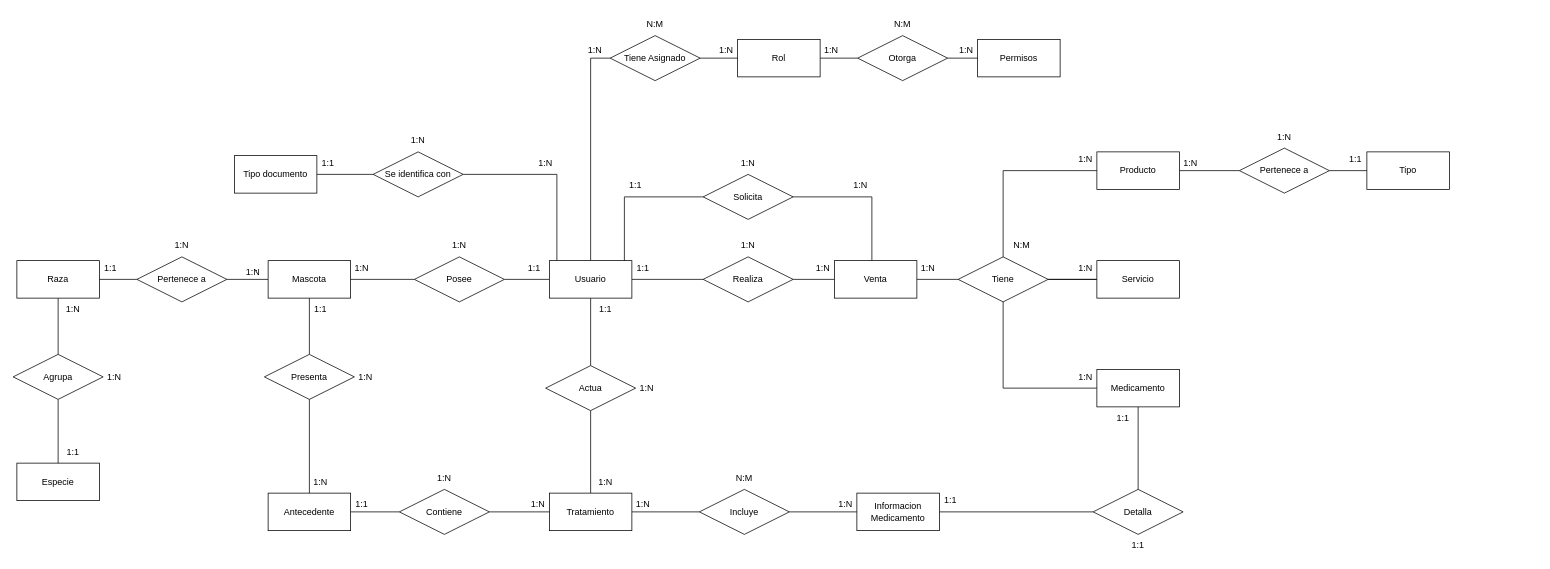
JojanDev/pipos_frontend keeps this draw.io diagram as MySQL/Diagrama sin título.drawio. Above is the earlier version. Source tidied: cells renumbered, new cells numbered last; positions are measured from the earlier drawing's top-left corner, leaving out a move shared by most shapes. Both pictures are drawn from the tidied source at 75%, with x=0, y=0 at pixel (13, 13).
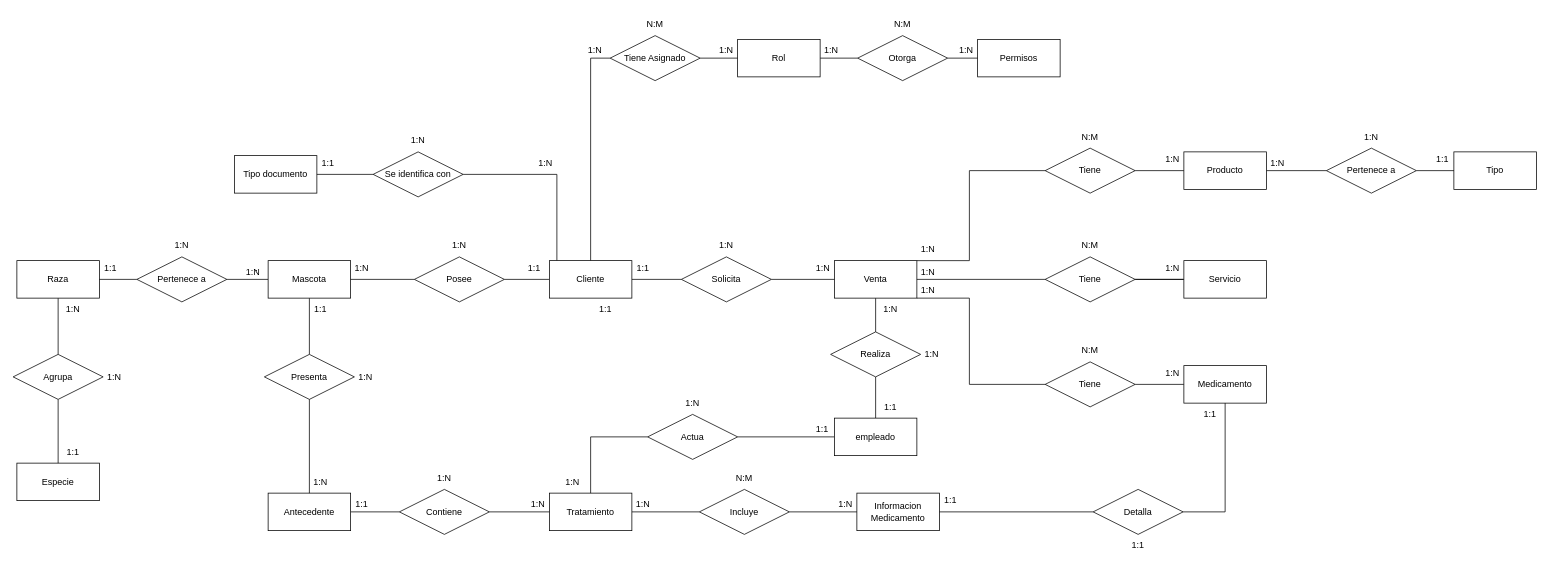
The same page after the edit.

Unchanged cells that the change refers to:
```xml
<mxCell id="36" value="Venta" style="html=1;whiteSpace=wrap;" parent="1" vertex="1">
  <mxGeometry x="1095" y="330" width="110" height="50" as="geometry" />
</mxCell>
```

Diff of the diagram source:
```diff
@@
-    <mxCell id="3" style="edgeStyle=orthogonalEdgeStyle;rounded=0;jettySize=auto;html=1;endArrow=none;endFill=0;" parent="1" edge="1" source="7" target="32">
-      <mxGeometry relative="1" as="geometry" />
+    <mxCell id="3" style="edgeStyle=orthogonalEdgeStyle;rounded=0;jettySize=auto;html=1;endArrow=none;endFill=0;" parent="1" edge="1" source="114" target="32">
+      <mxGeometry relative="1" as="geometry">
+        <Array as="points">
+          <mxPoint x="875" y="565" />
+          <mxPoint x="875" y="565" />
+        </Array>
+      </mxGeometry>
     </mxCell>
@@
-    <mxCell id="7" value="Usuario" style="html=1;whiteSpace=wrap;" parent="1" vertex="1">
+    <mxCell id="7" value="Cliente" style="html=1;whiteSpace=wrap;" parent="1" vertex="1">
       <mxGeometry x="715" y="330" width="110" height="50" as="geometry" />
     </mxCell>
@@
     <mxCell id="32" value="Actua" style="shape=rhombus;perimeter=rhombusPerimeter;whiteSpace=wrap;html=1;align=center;" parent="1" vertex="1">
-      <mxGeometry x="710" y="470" width="120" height="60" as="geometry" />
+      <mxGeometry x="846" y="535" width="120" height="60" as="geometry" />
     </mxCell>
@@
     <mxCell id="35" style="edgeStyle=orthogonalEdgeStyle;rounded=0;jettySize=auto;html=1;endArrow=none;endFill=0;" parent="1" edge="1" source="36" target="75">
-      <mxGeometry relative="1" as="geometry">
-        <Array as="points">
-          <mxPoint x="1145" y="245" />
-          <mxPoint x="955" y="245" />
-        </Array>
-      </mxGeometry>
+      <mxGeometry relative="1" as="geometry" />
     </mxCell>
@@
+    <mxCell id="113" style="edgeStyle=orthogonalEdgeStyle;rounded=0;jettySize=auto;html=1;endArrow=none;endFill=0;" parent="1" edge="1" source="38" target="118">
+      <mxGeometry relative="1" as="geometry" />
+    </mxCell>
     <mxCell id="38" value="&lt;div&gt;Producto&lt;/div&gt;" style="html=1;whiteSpace=wrap;" parent="1" vertex="1">
-      <mxGeometry x="1445" y="185" width="110" height="50" as="geometry" />
+      <mxGeometry x="1561" y="185" width="110" height="50" as="geometry" />
     </mxCell>
-    <mxCell id="39" style="edgeStyle=orthogonalEdgeStyle;rounded=0;jettySize=auto;html=1;endArrow=none;endFill=0;" parent="1" edge="1" source="40" target="91">
+    <mxCell id="39" style="edgeStyle=orthogonalEdgeStyle;rounded=0;jettySize=auto;html=1;endArrow=none;endFill=0;" parent="1" edge="1" source="40" target="116">
       <mxGeometry relative="1" as="geometry" />
     </mxCell>
     <mxCell id="40" value="Medicamento" style="html=1;whiteSpace=wrap;" parent="1" vertex="1">
-      <mxGeometry x="1445" y="475" width="110" height="50" as="geometry" />
+      <mxGeometry x="1561" y="470" width="110" height="50" as="geometry" />
     </mxCell>
-    <mxCell id="41" style="edgeStyle=orthogonalEdgeStyle;rounded=0;jettySize=auto;html=1;endArrow=none;endFill=0;" parent="1" edge="1" source="91" target="38">
-      <mxGeometry relative="1" as="geometry">
-        <Array as="points">
-          <mxPoint x="1320" y="210" />
-        </Array>
-      </mxGeometry>
-    </mxCell>
@@
-    <mxCell id="43" value="Realiza" style="shape=rhombus;perimeter=rhombusPerimeter;whiteSpace=wrap;html=1;align=center;" parent="1" vertex="1">
-      <mxGeometry x="920" y="325" width="120" height="60" as="geometry" />
+    <mxCell id="43" value="Solicita" style="shape=rhombus;perimeter=rhombusPerimeter;whiteSpace=wrap;html=1;align=center;" parent="1" vertex="1">
+      <mxGeometry x="891" y="325" width="120" height="60" as="geometry" />
     </mxCell>
@@
     <mxCell id="53" value="Tipo" style="html=1;whiteSpace=wrap;" parent="1" vertex="1">
-      <mxGeometry x="1805" y="185" width="110" height="50" as="geometry" />
+      <mxGeometry x="1921" y="185" width="110" height="50" as="geometry" />
     </mxCell>
@@
     <mxCell id="55" value="Pertenece a" style="shape=rhombus;perimeter=rhombusPerimeter;whiteSpace=wrap;html=1;align=center;" parent="1" vertex="1">
-      <mxGeometry x="1635" y="180" width="120" height="60" as="geometry" />
+      <mxGeometry x="1751" y="180" width="120" height="60" as="geometry" />
     </mxCell>
@@
     <mxCell id="63" value="1:N" style="text;html=1;align=center;verticalAlign=middle;whiteSpace=wrap;rounded=0;" parent="1" vertex="1">
-      <mxGeometry x="775" y="610" width="30" height="30" as="geometry" />
+      <mxGeometry x="731" y="610" width="30" height="30" as="geometry" />
     </mxCell>
     <mxCell id="64" value="1:N" style="text;html=1;align=center;verticalAlign=middle;whiteSpace=wrap;rounded=0;" parent="1" vertex="1">
-      <mxGeometry x="830" y="485" width="30" height="30" as="geometry" />
+      <mxGeometry x="891" y="505" width="30" height="30" as="geometry" />
     </mxCell>
@@
-    <mxCell id="74" style="edgeStyle=orthogonalEdgeStyle;rounded=0;jettySize=auto;html=1;endArrow=none;endFill=0;" parent="1" edge="1" source="75" target="7">
+    <mxCell id="74" style="edgeStyle=orthogonalEdgeStyle;rounded=0;jettySize=auto;html=1;endArrow=none;endFill=0;" parent="1" edge="1" source="75" target="114">
       <mxGeometry relative="1" as="geometry">
         <Array as="points">
-          <mxPoint x="815" y="245" />
+          <mxPoint x="1185" y="565" />
         </Array>
       </mxGeometry>
     </mxCell>
-    <mxCell id="75" value="Solicita" style="shape=rhombus;perimeter=rhombusPerimeter;whiteSpace=wrap;html=1;align=center;" parent="1" vertex="1">
-      <mxGeometry x="920" y="215" width="120" height="60" as="geometry" />
+    <mxCell id="75" value="Realiza" style="shape=rhombus;perimeter=rhombusPerimeter;whiteSpace=wrap;html=1;align=center;" parent="1" vertex="1">
+      <mxGeometry x="1090" y="425" width="120" height="60" as="geometry" />
     </mxCell>
@@
     <mxCell id="91" value="Tiene" style="shape=rhombus;perimeter=rhombusPerimeter;whiteSpace=wrap;html=1;align=center;" parent="1" vertex="1">
-      <mxGeometry x="1260" y="325" width="120" height="60" as="geometry" />
+      <mxGeometry x="1376" y="325" width="120" height="60" as="geometry" />
     </mxCell>
@@
     <mxCell id="93" value="&lt;div&gt;Servicio&lt;/div&gt;" style="html=1;whiteSpace=wrap;" parent="1" vertex="1">
-      <mxGeometry x="1445" y="330" width="110" height="50" as="geometry" />
+      <mxGeometry x="1561" y="330" width="110" height="50" as="geometry" />
     </mxCell>
     <mxCell id="94" value="1:N" style="text;html=1;align=center;verticalAlign=middle;whiteSpace=wrap;rounded=0;" parent="1" vertex="1">
-      <mxGeometry x="1205" y="325" width="30" height="30" as="geometry" />
+      <mxGeometry x="1205" y="300" width="30" height="30" as="geometry" />
     </mxCell>
     <mxCell id="95" value="1:N" style="text;html=1;align=center;verticalAlign=middle;whiteSpace=wrap;rounded=0;" parent="1" vertex="1">
-      <mxGeometry x="1415" y="180" width="30" height="30" as="geometry" />
+      <mxGeometry x="1531" y="180" width="30" height="30" as="geometry" />
     </mxCell>
     <mxCell id="96" value="1:N" style="text;html=1;align=center;verticalAlign=middle;whiteSpace=wrap;rounded=0;" parent="1" vertex="1">
-      <mxGeometry x="1415" y="325" width="30" height="30" as="geometry" />
+      <mxGeometry x="1531" y="325" width="30" height="30" as="geometry" />
     </mxCell>
     <mxCell id="97" value="1:N" style="text;html=1;align=center;verticalAlign=middle;whiteSpace=wrap;rounded=0;" parent="1" vertex="1">
-      <mxGeometry x="1415" y="470" width="30" height="30" as="geometry" />
+      <mxGeometry x="1531" y="465" width="30" height="30" as="geometry" />
     </mxCell>
     <mxCell id="98" value="N:M" style="text;html=1;align=center;verticalAlign=middle;whiteSpace=wrap;rounded=0;" parent="1" vertex="1">
-      <mxGeometry x="1330" y="295" width="30" height="30" as="geometry" />
+      <mxGeometry x="1421" y="295" width="30" height="30" as="geometry" />
     </mxCell>
     <mxCell id="99" value="1:N" style="text;html=1;align=center;verticalAlign=middle;whiteSpace=wrap;rounded=0;" parent="1" vertex="1">
-      <mxGeometry x="1555" y="185" width="30" height="30" as="geometry" />
+      <mxGeometry x="1671" y="185" width="30" height="30" as="geometry" />
     </mxCell>
     <mxCell id="100" value="1:1" style="text;html=1;align=center;verticalAlign=middle;whiteSpace=wrap;rounded=0;" parent="1" vertex="1">
-      <mxGeometry x="1775" y="180" width="30" height="30" as="geometry" />
+      <mxGeometry x="1891" y="180" width="30" height="30" as="geometry" />
     </mxCell>
     <mxCell id="101" value="1:N" style="text;html=1;align=center;verticalAlign=middle;whiteSpace=wrap;rounded=0;" parent="1" vertex="1">
-      <mxGeometry x="1680" y="150" width="30" height="30" as="geometry" />
+      <mxGeometry x="1796" y="150" width="30" height="30" as="geometry" />
     </mxCell>
     <mxCell id="102" value="1:1" style="text;html=1;align=center;verticalAlign=middle;whiteSpace=wrap;rounded=0;" parent="1" vertex="1">
-      <mxGeometry x="815" y="215" width="30" height="30" as="geometry" />
+      <mxGeometry x="1064" y="540" width="30" height="30" as="geometry" />
     </mxCell>
     <mxCell id="103" value="1:N" style="text;html=1;align=center;verticalAlign=middle;whiteSpace=wrap;rounded=0;" parent="1" vertex="1">
-      <mxGeometry x="1115" y="215" width="30" height="30" as="geometry" />
+      <mxGeometry x="1155" y="380" width="30" height="30" as="geometry" />
     </mxCell>
-    <mxCell id="104" value="1:N" style="text;html=1;align=center;verticalAlign=middle;whiteSpace=wrap;rounded=0;" parent="1" vertex="1">
-      <mxGeometry x="965" y="185" width="30" height="30" as="geometry" />
+    <mxCell id="104" value="1:1" style="text;html=1;align=center;verticalAlign=middle;whiteSpace=wrap;rounded=0;" parent="1" vertex="1">
+      <mxGeometry x="1155" y="510" width="30" height="30" as="geometry" />
     </mxCell>
@@
     <mxCell id="110" value="1:1" style="text;html=1;align=center;verticalAlign=middle;whiteSpace=wrap;rounded=0;" parent="1" vertex="1">
-      <mxGeometry x="1465" y="525" width="30" height="30" as="geometry" />
+      <mxGeometry x="1581" y="520" width="30" height="30" as="geometry" />
     </mxCell>
@@
     <mxCell id="112" value="1:N" style="text;html=1;align=center;verticalAlign=middle;whiteSpace=wrap;rounded=0;" parent="1" vertex="1">
-      <mxGeometry x="965" y="295" width="30" height="30" as="geometry" />
+      <mxGeometry x="936" y="295" width="30" height="30" as="geometry" />
     </mxCell>
+    <mxCell id="114" value="empleado" style="html=1;whiteSpace=wrap;" parent="1" vertex="1">
+      <mxGeometry x="1095" y="540" width="110" height="50" as="geometry" />
+    </mxCell>
+    <mxCell id="115" style="edgeStyle=orthogonalEdgeStyle;rounded=0;jettySize=auto;html=1;endArrow=none;endFill=0;" parent="1" edge="1" source="116" target="36">
+      <mxGeometry relative="1" as="geometry">
+        <Array as="points">
+          <mxPoint x="1275" y="495" />
+          <mxPoint x="1275" y="380" />
+        </Array>
+      </mxGeometry>
+    </mxCell>
+    <mxCell id="116" value="Tiene" style="shape=rhombus;perimeter=rhombusPerimeter;whiteSpace=wrap;html=1;align=center;" parent="1" vertex="1">
+      <mxGeometry x="1376" y="465" width="120" height="60" as="geometry" />
+    </mxCell>
+    <mxCell id="117" style="edgeStyle=orthogonalEdgeStyle;rounded=0;jettySize=auto;html=1;endArrow=none;endFill=0;" parent="1" edge="1" source="118" target="36">
+      <mxGeometry relative="1" as="geometry">
+        <Array as="points">
+          <mxPoint x="1275" y="210" />
+          <mxPoint x="1275" y="330" />
+        </Array>
+      </mxGeometry>
+    </mxCell>
+    <mxCell id="118" value="Tiene" style="shape=rhombus;perimeter=rhombusPerimeter;whiteSpace=wrap;html=1;align=center;" parent="1" vertex="1">
+      <mxGeometry x="1376" y="180" width="120" height="60" as="geometry" />
+    </mxCell>
+    <mxCell id="119" value="N:M" style="text;html=1;align=center;verticalAlign=middle;whiteSpace=wrap;rounded=0;" parent="1" vertex="1">
+      <mxGeometry x="1421" y="150" width="30" height="30" as="geometry" />
+    </mxCell>
+    <mxCell id="120" value="N:M" style="text;html=1;align=center;verticalAlign=middle;whiteSpace=wrap;rounded=0;" parent="1" vertex="1">
+      <mxGeometry x="1421" y="435" width="30" height="30" as="geometry" />
+    </mxCell>
+    <mxCell id="121" value="1:N" style="text;html=1;align=center;verticalAlign=middle;whiteSpace=wrap;rounded=0;" parent="1" vertex="1">
+      <mxGeometry x="1210" y="440" width="30" height="30" as="geometry" />
+    </mxCell>
+    <mxCell id="122" value="1:N" style="text;html=1;align=center;verticalAlign=middle;whiteSpace=wrap;rounded=0;" parent="1" vertex="1">
+      <mxGeometry x="1205" y="355" width="30" height="30" as="geometry" />
+    </mxCell>
+    <mxCell id="123" value="1:N" style="text;html=1;align=center;verticalAlign=middle;whiteSpace=wrap;rounded=0;" parent="1" vertex="1">
+      <mxGeometry x="1205" y="330" width="30" height="30" as="geometry" />
+    </mxCell>
```
